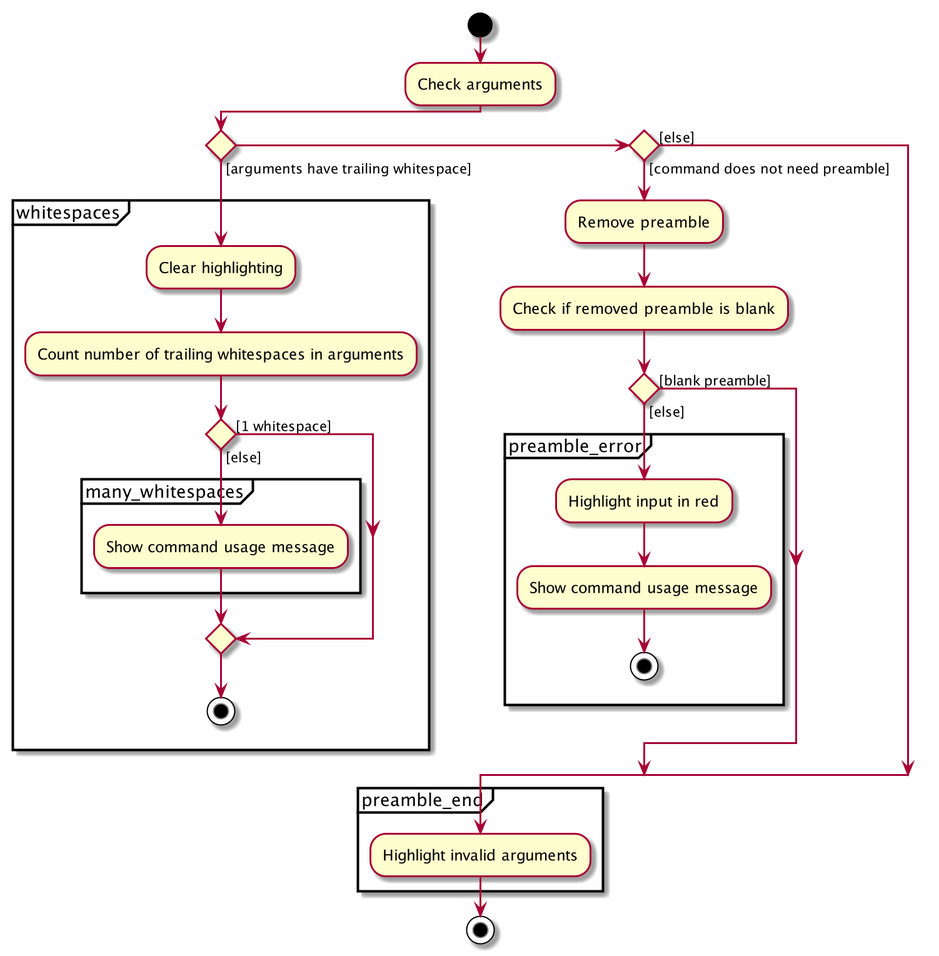
Above: docs/images/SyntaxHighlightingActivityDiagram2.png in nus-cs2103-AY1920S2/addressbook-level3 (PlantUML), before the change.
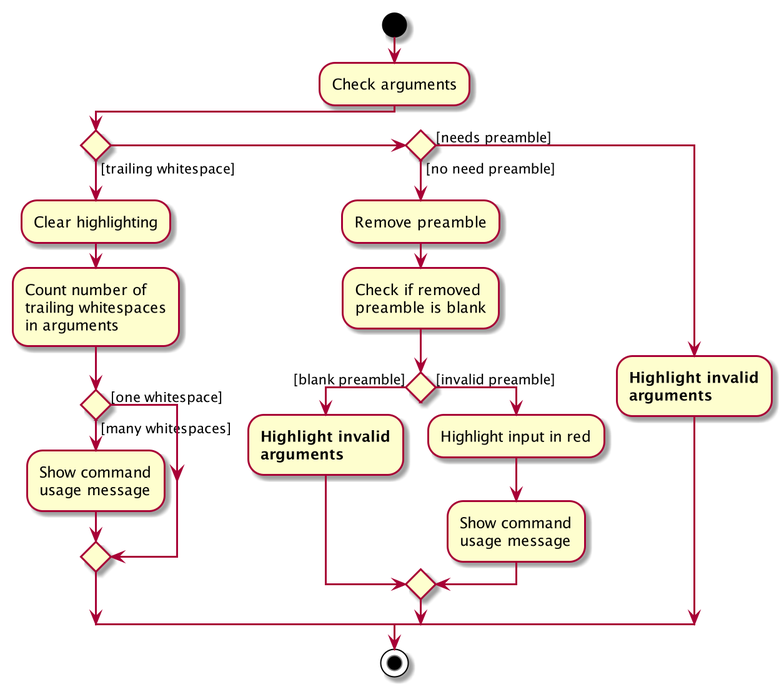
Above is the later version.

Commit message:
Update syntax highlighting section in DG

Diff of the diagram source:
```diff
@@ -2,35 +2,34 @@
 start
 :Check arguments;
 
-if () then ([arguments have trailing whitespace])
-partition whitespaces {
+if () then ([trailing whitespace])
     :Clear highlighting;
-    :Count number of trailing whitespaces in arguments;
-    if () then ([1 whitespace])
-    else ([else])
-    partition many_whitespaces {
-        :Show command usage message;
-    }
+    :Count number of
+    trailing whitespaces
+    in arguments;
+    if () then ([one whitespace])
+    else ([many whitespaces])
+        :Show command
+        usage message;
     endif
-    stop
-}
-else if () then ([command does not need preamble])
+
+else if () then ([no need preamble])
     :Remove preamble;
 
-    :Check if removed preamble is blank;
+    :Check if removed
+    preamble is blank;
 
     if () then ([blank preamble])
-    else ([else])
-    partition preamble_error {
+        :<b>Highlight invalid</b>
+        <b>arguments</b>;
+    else ([invalid preamble])
         :Highlight input in red;
-        :Show command usage message;
-        stop
-    }
+        :Show command
+        usage message;
     endif
-else ([else])
+else ([needs preamble])
+    :<b>Highlight invalid</b>
+    <b>arguments</b>;
 endif
-partition preamble_end {
-:Highlight invalid arguments;
-}
 stop
 @enduml
```
